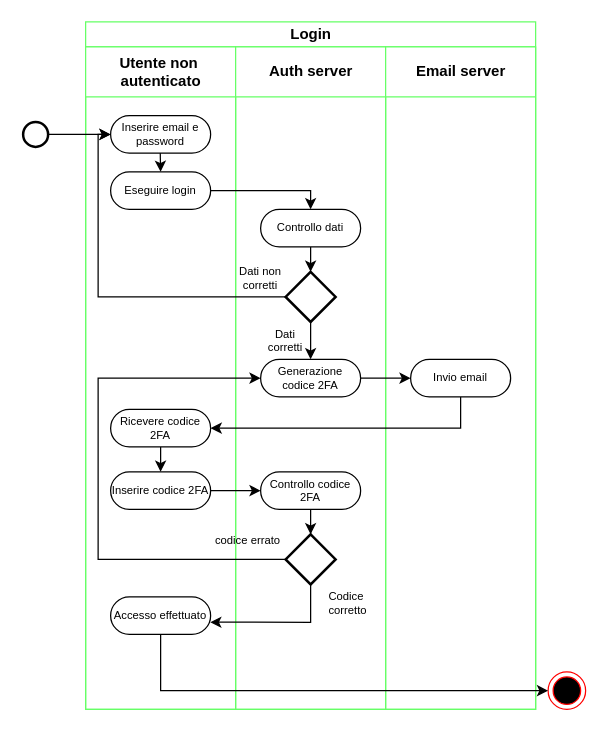
Above: second-deliverable/images/Login_Swimlane.drawio.xml in IS-FixMi/Documentation-Source (draw.io), before the change. Source tidied: cells renumbered, new cells numbered last; positions are measured from the earlier drawing's top-left corner, leaving out a move shared by most shapes. Both pictures are drawn from the tidied source at 125%, with x=0, y=0 at pixel (22, 21).
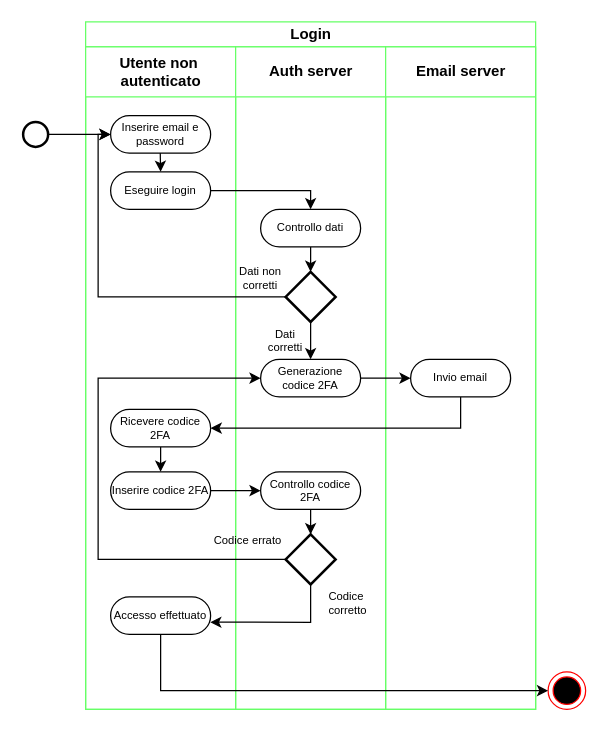
Above is the later version.

Unchanged cells that the change refers to:
```xml
<mxCell id="11" value="Auth server" style="swimlane;startSize=40;html=1;strokeColor=#66FF66;" parent="2" vertex="1">
  <mxGeometry x="120" y="20" width="120" height="530" as="geometry" />
</mxCell>
```

Diff of the diagram source:
```diff
@@
-    <mxCell id="22" value="codice errato" style="text;html=1;strokeColor=none;fillColor=none;align=center;verticalAlign=middle;whiteSpace=wrap;rounded=0;fontSize=9;" parent="11" vertex="1">
+    <mxCell id="22" value="Codice errato" style="text;html=1;strokeColor=none;fillColor=none;align=center;verticalAlign=middle;whiteSpace=wrap;rounded=0;fontSize=9;" parent="11" vertex="1">
       <mxGeometry x="-20" y="380" width="60" height="30" as="geometry" />
     </mxCell>
```
